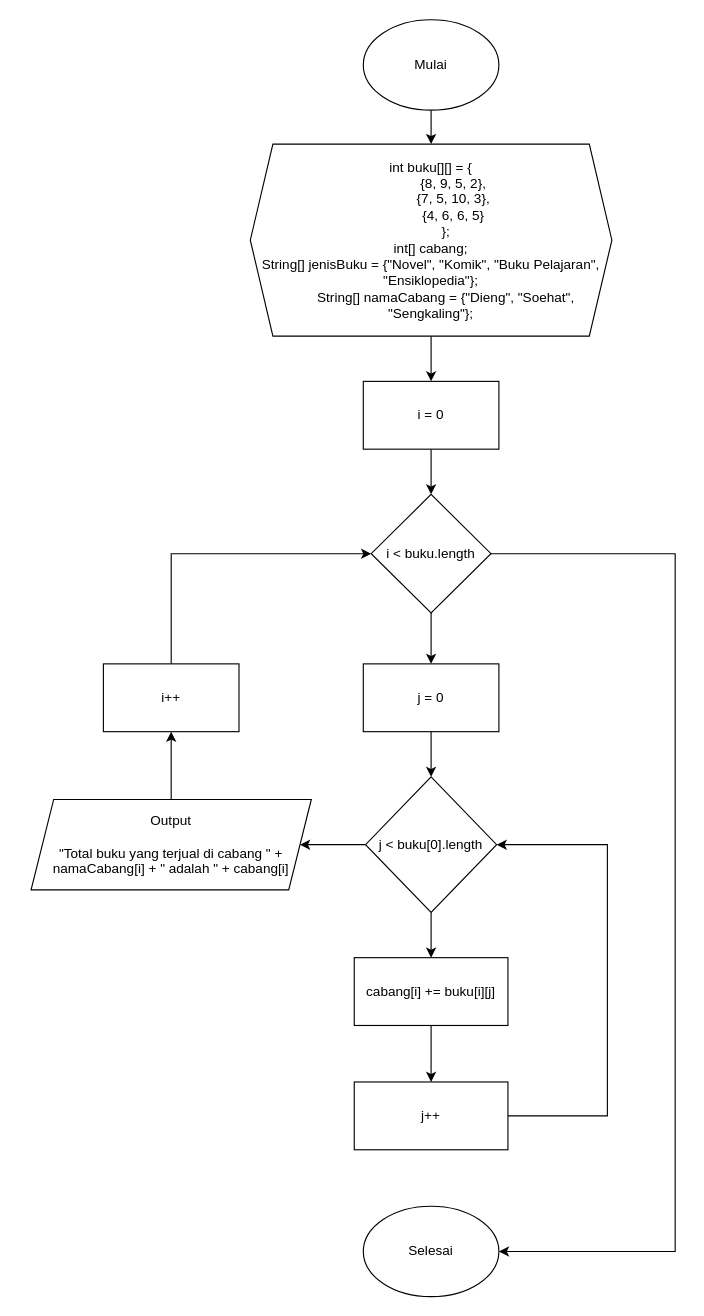
The draw.io diagram page "No. 1" (1 of 2) of Tugas9_2_Naufal.drawio in nhaidaar/daspro, before the edit. Source tidied: cells renumbered, new cells numbered last; positions are measured from the earlier drawing's top-left corner, leaving out a move shared by most shapes. Both pictures are drawn from the tidied source at 113%, with x=0, y=0 at pixel (31, 19).
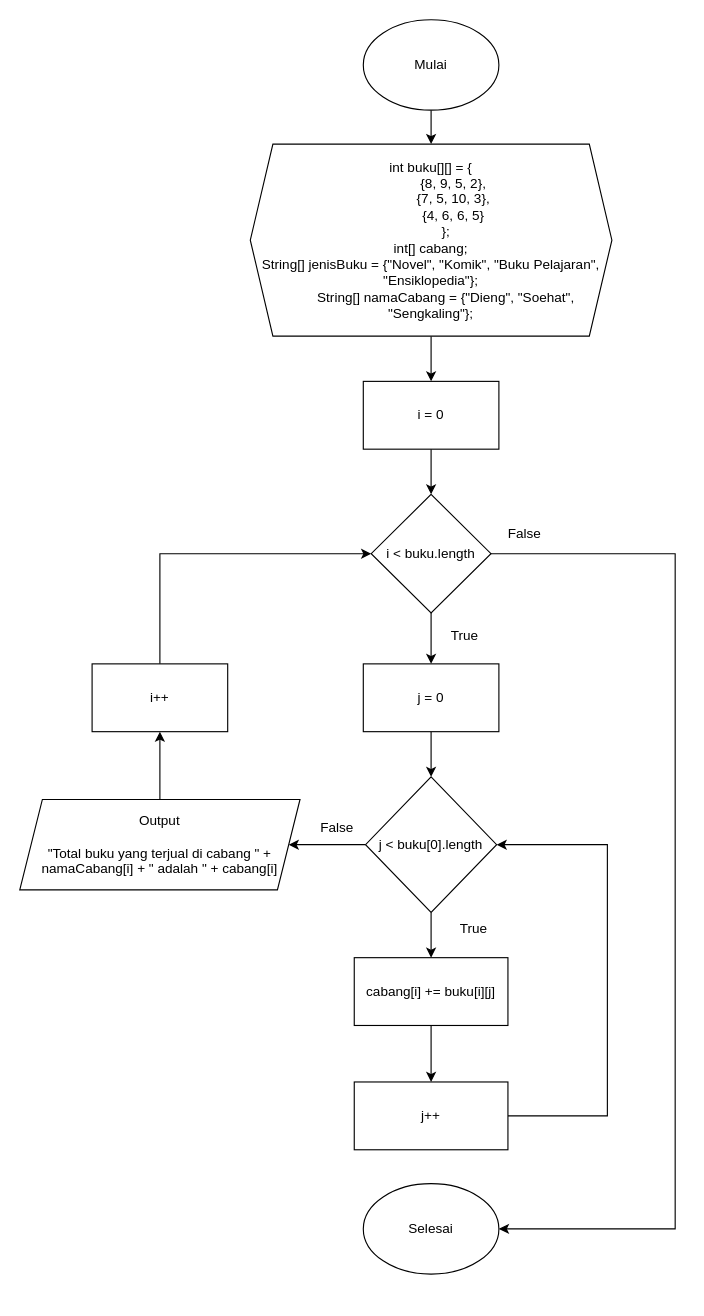
The same diagram, later.

Unchanged cells that the change refers to:
```xml
<mxCell id="10" value="i &amp;lt; buku.length" style="rhombus;whiteSpace=wrap;html=1;" parent="1" vertex="1">
  <mxGeometry x="301" y="420" width="106" height="105" as="geometry" />
</mxCell>
```

Diff of the diagram source:
```diff
@@
     <mxCell id="9" style="edgeStyle=orthogonalEdgeStyle;rounded=0;jettySize=auto;html=1;exitX=1;exitY=0.5;exitDx=0;exitDy=0;entryX=1;entryY=0.5;entryDx=0;entryDy=0;" parent="1" edge="1" source="10" target="24">
       <mxGeometry relative="1" as="geometry">
         <Array as="points">
           <mxPoint x="570" y="473" />
-          <mxPoint x="570" y="1090" />
+          <mxPoint x="570" y="1070" />
         </Array>
       </mxGeometry>
     </mxCell>
@@
     <mxCell id="21" value="Output&lt;br&gt;&lt;br&gt;&quot;Total buku yang terjual di cabang &quot; + namaCabang[i] + &quot; adalah &quot; + cabang[i]" style="shape=parallelogram;perimeter=parallelogramPerimeter;whiteSpace=wrap;html=1;fixedSize=1;" parent="1" vertex="1">
-      <mxGeometry y="690" width="248" height="80" as="geometry" />
+      <mxGeometry x="-10" y="690" width="248" height="80" as="geometry" />
     </mxCell>
@@
     <mxCell id="23" value="i++" style="whiteSpace=wrap;html=1;" parent="1" vertex="1">
-      <mxGeometry x="64" y="570" width="120" height="60" as="geometry" />
+      <mxGeometry x="54" y="570" width="120" height="60" as="geometry" />
     </mxCell>
     <mxCell id="24" value="Selesai" style="ellipse;whiteSpace=wrap;html=1;" parent="1" vertex="1">
-      <mxGeometry x="294" y="1050" width="120" height="80" as="geometry" />
+      <mxGeometry x="294" y="1030" width="120" height="80" as="geometry" />
     </mxCell>
+    <mxCell id="25" value="True" style="text;html=1;strokeColor=none;fillColor=none;align=center;verticalAlign=middle;whiteSpace=wrap;rounded=0;" parent="1" vertex="1">
+      <mxGeometry x="354" y="530" width="60" height="30" as="geometry" />
+    </mxCell>
+    <mxCell id="26" value="True" style="text;html=1;strokeColor=none;fillColor=none;align=center;verticalAlign=middle;whiteSpace=wrap;rounded=0;" parent="1" vertex="1">
+      <mxGeometry x="362" y="790" width="60" height="30" as="geometry" />
+    </mxCell>
+    <mxCell id="27" value="False" style="text;html=1;strokeColor=none;fillColor=none;align=center;verticalAlign=middle;whiteSpace=wrap;rounded=0;" parent="1" vertex="1">
+      <mxGeometry x="407" y="440" width="60" height="30" as="geometry" />
+    </mxCell>
+    <mxCell id="28" value="False" style="text;html=1;strokeColor=none;fillColor=none;align=center;verticalAlign=middle;whiteSpace=wrap;rounded=0;" parent="1" vertex="1">
+      <mxGeometry x="241" y="700" width="60" height="30" as="geometry" />
+    </mxCell>
```
